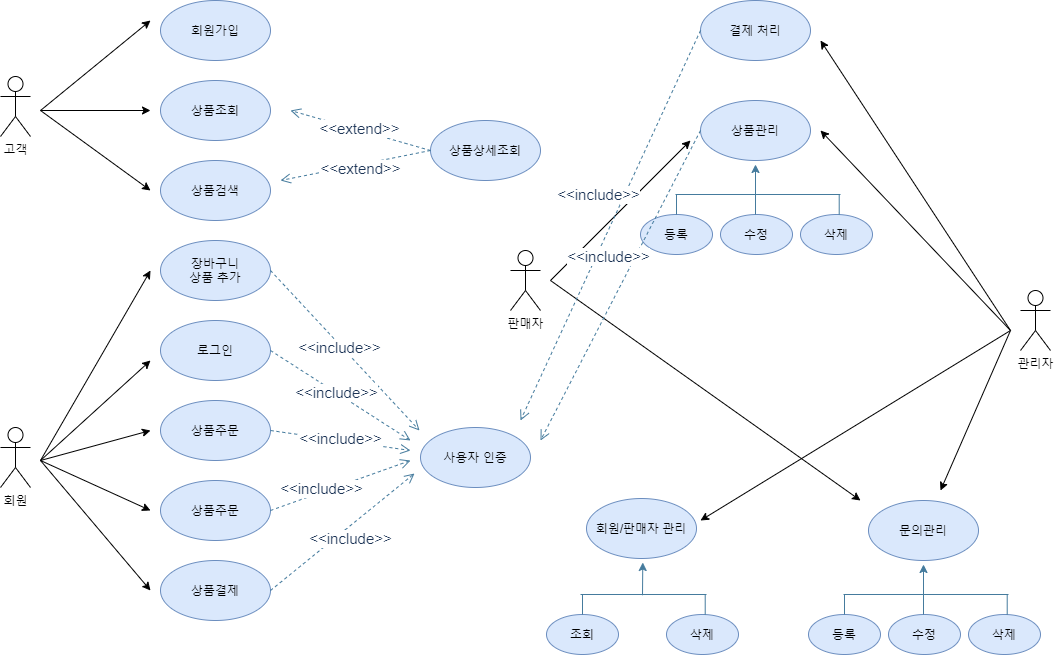
This is Actor Diagram.png from osiris0607/Project, a draw.io export, as it was before one commit. Source tidied: cells renumbered, new cells last; positions are measured from the earlier drawing's top-left corner, leaving out a move shared by most shapes.
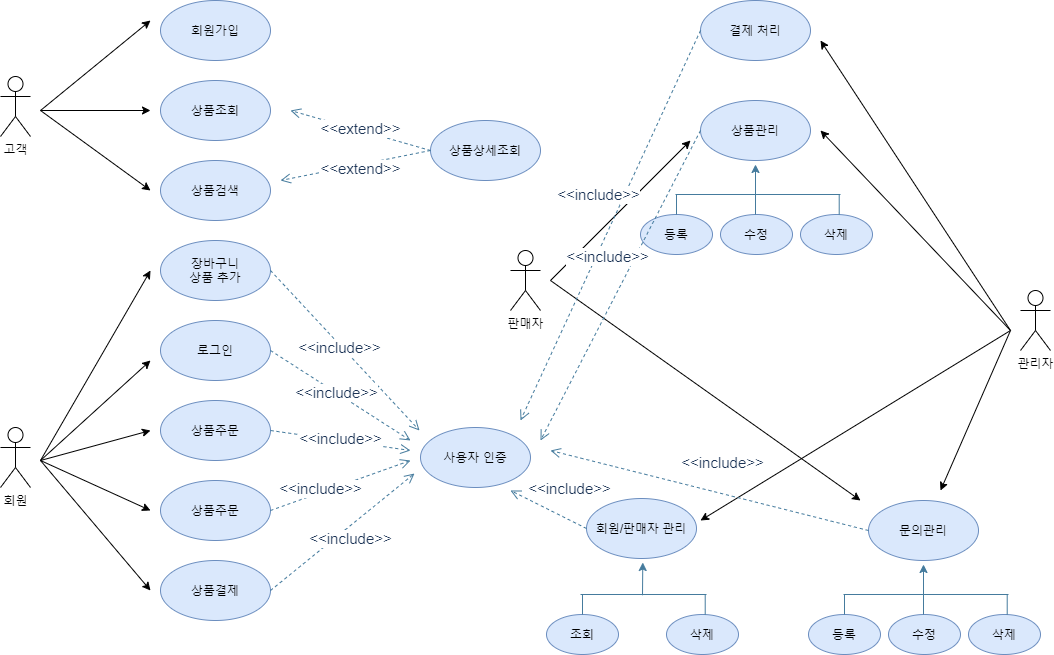
After the commit.

Change to the diagram source:
```diff
@@ -280,5 +280,15 @@
         <mxPoint x="540" y="440" as="targetPoint" />
       </mxGeometry>
     </mxCell>
+    <mxCell id="63" value="&lt;font style=&quot;font-size: 15px&quot;&gt;&amp;lt;&amp;lt;include&amp;gt;&amp;gt;&lt;/font&gt;" style="html=1;verticalAlign=bottom;endArrow=open;dashed=1;endSize=8;strokeColor=#457B9D;fillColor=#A8DADC;fontColor=#1D3557;exitX=0;exitY=0.5;exitDx=0;exitDy=0;" parent="1" edge="1" source="46">
+      <mxGeometry x="-0.06" y="-19" relative="1" as="geometry">
+        <mxPoint x="550" y="450" as="targetPoint" />
+      </mxGeometry>
+    </mxCell>
+    <mxCell id="64" value="&lt;font style=&quot;font-size: 15px&quot;&gt;&amp;lt;&amp;lt;include&amp;gt;&amp;gt;&lt;/font&gt;" style="html=1;verticalAlign=bottom;endArrow=open;dashed=1;endSize=8;strokeColor=#457B9D;fillColor=#A8DADC;fontColor=#1D3557;exitX=0;exitY=0.5;exitDx=0;exitDy=0;" parent="1" edge="1" source="40">
+      <mxGeometry x="-0.37" y="-18" relative="1" as="geometry">
+        <mxPoint x="510" y="490" as="targetPoint" />
+      </mxGeometry>
+    </mxCell>
   </root>
 </mxGraphModel>
```
